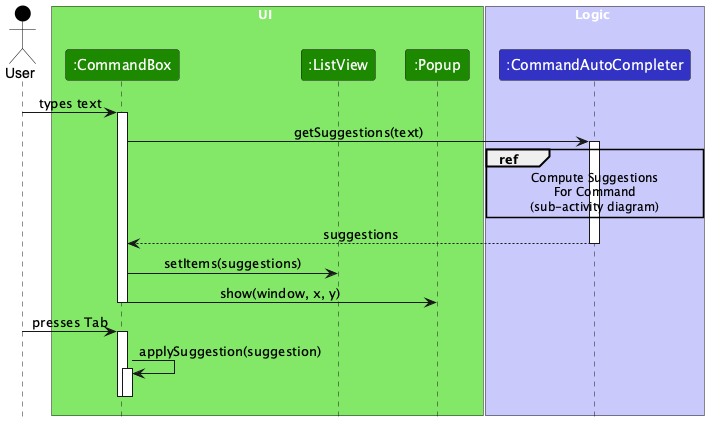
Before: docs/images/AutocompleteSequenceDiagram.png, a diagram exported from PlantUML (jyc300564/tp). Source of this version:
```plantuml
@startuml
!include style.puml
skinparam ArrowFontStyle plain

actor User as User USER_COLOR

box UI UI_COLOR_T1
participant ":CommandBox" as CommandBox UI_COLOR
participant ":ListView" as ListView UI_COLOR
participant ":Popup" as Popup UI_COLOR
end box

box Logic LOGIC_COLOR_T1
participant ":CommandAutoCompleter" as AutoCompleter LOGIC_COLOR
end box

User -> CommandBox : types text
activate CommandBox

CommandBox -> AutoCompleter : getSuggestions(text)
activate AutoCompleter

ref over AutoCompleter
  Compute Suggestions
  For Command
  (sub-activity diagram)
end ref

AutoCompleter --> CommandBox : suggestions
deactivate AutoCompleter

CommandBox -> ListView : setItems(suggestions)
CommandBox -> Popup : show(window, x, y)

deactivate CommandBox

User -> CommandBox : presses Tab
activate CommandBox

CommandBox -> CommandBox : applySuggestion(suggestion)
activate CommandBox
deactivate CommandBox

deactivate CommandBox

@enduml
```
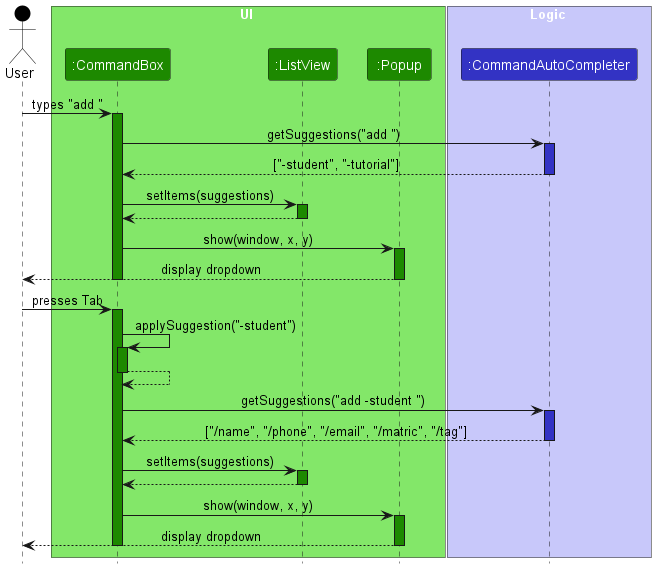
Above is the later version.

The edit, as a diff of the source:
```diff
@@ -14,32 +14,48 @@
 participant ":CommandAutoCompleter" as AutoCompleter LOGIC_COLOR
 end box
 
-User -> CommandBox : types text
-activate CommandBox
+User -> CommandBox : types "add "
+activate CommandBox UI_COLOR
 
-CommandBox -> AutoCompleter : getSuggestions(text)
-activate AutoCompleter
-
-ref over AutoCompleter
-  Compute Suggestions
-  For Command
-  (sub-activity diagram)
-end ref
-
-AutoCompleter --> CommandBox : suggestions
+CommandBox -> AutoCompleter : getSuggestions("add ")
+activate AutoCompleter LOGIC_COLOR
+AutoCompleter --> CommandBox : ["-student", "-tutorial"]
 deactivate AutoCompleter
 
 CommandBox -> ListView : setItems(suggestions)
+activate ListView UI_COLOR
+ListView --> CommandBox
+deactivate ListView
+
 CommandBox -> Popup : show(window, x, y)
+activate Popup UI_COLOR
+Popup --> User : display dropdown
+deactivate Popup
 
 deactivate CommandBox
 
 User -> CommandBox : presses Tab
-activate CommandBox
+activate CommandBox UI_COLOR
 
-CommandBox -> CommandBox : applySuggestion(suggestion)
-activate CommandBox
+CommandBox -> CommandBox : applySuggestion("-student")
+activate CommandBox UI_COLOR
+CommandBox --> CommandBox
 deactivate CommandBox
+
+CommandBox -> AutoCompleter : getSuggestions("add -student ")
+activate AutoCompleter LOGIC_COLOR
+AutoCompleter --> CommandBox : ["/name", "/phone", "/email", "/matric", "/tag"]
+deactivate AutoCompleter
+
+CommandBox -> ListView : setItems(suggestions)
+activate ListView UI_COLOR
+ListView --> CommandBox
+deactivate ListView
+
+CommandBox -> Popup : show(window, x, y)
+activate Popup UI_COLOR
+Popup --> User : display dropdown
+deactivate Popup
 
 deactivate CommandBox
 
```
